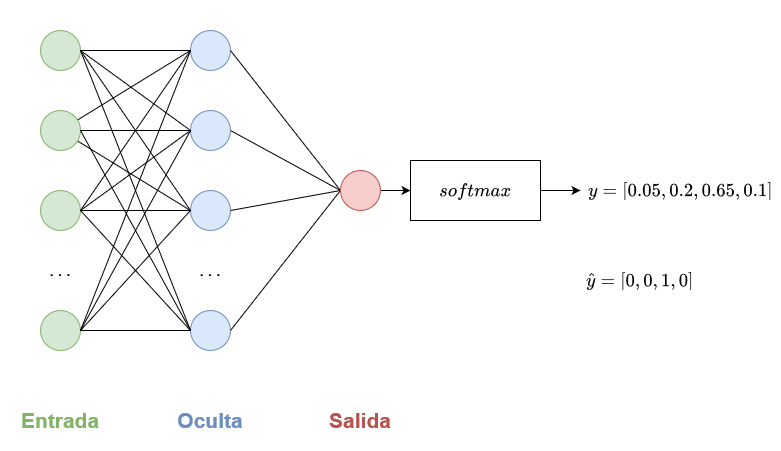
The draw.io diagram 2 - APRENDIZAJE PROFUNDO/images_2/multiclass_crossentropy.png in ferjorosa/tokio-school-dl-03-2023, before a commit. Source tidied: cells renumbered, new cells last; positions are measured from the earlier drawing's top-left corner, leaving out a move shared by most shapes. Its diagram source:
```xml
<mxGraphModel math="1">
  <root>
    <mxCell id="0" />
    <mxCell id="1" parent="0" />
    <mxCell id="2" style="ellipse;whiteSpace=wrap;html=1;fontSize=17;fillColor=#dae8fc;strokeColor=#6c8ebf;" parent="1" vertex="1">
      <mxGeometry x="190" y="30" width="40" height="40" as="geometry" />
    </mxCell>
    <mxCell id="3" style="ellipse;whiteSpace=wrap;html=1;fontSize=17;fillColor=#dae8fc;strokeColor=#6c8ebf;" parent="1" vertex="1">
      <mxGeometry x="190" y="110" width="40" height="40" as="geometry" />
    </mxCell>
    <mxCell id="4" style="ellipse;whiteSpace=wrap;html=1;fontSize=17;fillColor=#dae8fc;strokeColor=#6c8ebf;" parent="1" vertex="1">
      <mxGeometry x="190" y="190" width="40" height="40" as="geometry" />
    </mxCell>
    <mxCell id="5" style="ellipse;whiteSpace=wrap;html=1;fontSize=17;fillColor=#dae8fc;strokeColor=#6c8ebf;" parent="1" vertex="1">
      <mxGeometry x="190" y="310" width="40" height="40" as="geometry" />
    </mxCell>
    <mxCell id="6" value="$$ \dots $$" style="rounded=0;whiteSpace=wrap;html=1;fillColor=none;strokeColor=none;fontSize=16;" parent="1" vertex="1">
      <mxGeometry x="150" y="250" width="120" height="40" as="geometry" />
    </mxCell>
    <mxCell id="7" style="edgeStyle=orthogonalEdgeStyle;rounded=0;jettySize=auto;html=1;entryX=0;entryY=0.5;entryDx=0;entryDy=0;" parent="1" edge="1" target="9">
      <mxGeometry relative="1" as="geometry">
        <mxPoint x="430" y="190" as="sourcePoint" />
      </mxGeometry>
    </mxCell>
    <mxCell id="8" style="edgeStyle=orthogonalEdgeStyle;rounded=0;jettySize=auto;html=1;entryX=0;entryY=0.5;entryDx=0;entryDy=0;" parent="1" edge="1" source="9" target="14">
      <mxGeometry relative="1" as="geometry" />
    </mxCell>
    <mxCell id="9" value="$$ softmax $$" style="rounded=0;whiteSpace=wrap;html=1;fontSize=16;" parent="1" vertex="1">
      <mxGeometry x="410" y="160" width="130" height="60" as="geometry" />
    </mxCell>
    <mxCell id="10" style="endArrow=none;html=1;rounded=0;exitX=1;exitY=0.5;exitDx=0;exitDy=0;entryX=0;entryY=0.5;entryDx=0;entryDy=0;endFill=0;" parent="1" edge="1" source="3" target="21">
      <mxGeometry relative="1" as="geometry" />
    </mxCell>
    <mxCell id="11" style="endArrow=none;html=1;rounded=0;exitX=1;exitY=0.5;exitDx=0;exitDy=0;entryX=0;entryY=0.5;entryDx=0;entryDy=0;endFill=0;" parent="1" edge="1" source="2" target="21">
      <mxGeometry relative="1" as="geometry" />
    </mxCell>
    <mxCell id="12" style="endArrow=none;html=1;rounded=0;exitX=1;exitY=0.5;exitDx=0;exitDy=0;entryX=0;entryY=0.5;entryDx=0;entryDy=0;endFill=0;" parent="1" edge="1" source="4" target="21">
      <mxGeometry relative="1" as="geometry" />
    </mxCell>
    <mxCell id="13" style="endArrow=none;html=1;rounded=0;exitX=1;exitY=0.5;exitDx=0;exitDy=0;entryX=0;entryY=0.5;entryDx=0;entryDy=0;endFill=0;" parent="1" edge="1" source="5" target="21">
      <mxGeometry relative="1" as="geometry" />
    </mxCell>
    <mxCell id="14" value="$$ y = [0.05, 0.2, 0.65, 0.1] $$" style="rounded=0;whiteSpace=wrap;html=1;fillColor=none;strokeColor=none;fontSize=16;" parent="1" vertex="1">
      <mxGeometry x="580" y="160" width="200" height="60" as="geometry" />
    </mxCell>
    <mxCell id="15" style="ellipse;whiteSpace=wrap;html=1;fontSize=17;fillColor=#d5e8d4;strokeColor=#82b366;" parent="1" vertex="1">
      <mxGeometry x="40" y="30" width="40" height="40" as="geometry" />
    </mxCell>
    <mxCell id="16" style="ellipse;whiteSpace=wrap;html=1;fontSize=17;fillColor=#d5e8d4;strokeColor=#82b366;" parent="1" vertex="1">
      <mxGeometry x="40" y="110" width="40" height="40" as="geometry" />
    </mxCell>
    <mxCell id="17" style="ellipse;whiteSpace=wrap;html=1;fontSize=17;fillColor=#d5e8d4;strokeColor=#82b366;" parent="1" vertex="1">
      <mxGeometry x="40" y="190" width="40" height="40" as="geometry" />
    </mxCell>
    <mxCell id="18" style="ellipse;whiteSpace=wrap;html=1;fontSize=17;fillColor=#d5e8d4;strokeColor=#82b366;" parent="1" vertex="1">
      <mxGeometry x="40" y="310" width="40" height="40" as="geometry" />
    </mxCell>
    <mxCell id="19" style="endArrow=none;html=1;rounded=0;entryX=0;entryY=0.5;entryDx=0;entryDy=0;exitX=1;exitY=0.5;exitDx=0;exitDy=0;endFill=0;" parent="1" edge="1" source="15" target="3">
      <mxGeometry relative="1" as="geometry" />
    </mxCell>
    <mxCell id="20" style="edgeStyle=orthogonalEdgeStyle;rounded=0;jettySize=auto;html=1;entryX=0;entryY=0.5;entryDx=0;entryDy=0;" parent="1" edge="1" source="21" target="9">
      <mxGeometry relative="1" as="geometry" />
    </mxCell>
    <mxCell id="21" style="ellipse;whiteSpace=wrap;html=1;fontSize=17;fillColor=#f8cecc;strokeColor=#b85450;" parent="1" vertex="1">
      <mxGeometry x="340" y="170" width="40" height="40" as="geometry" />
    </mxCell>
    <mxCell id="22" style="endArrow=none;html=1;rounded=0;endFill=0;" parent="1" edge="1" source="15" target="2">
      <mxGeometry relative="1" as="geometry" />
    </mxCell>
    <mxCell id="23" style="endArrow=none;html=1;rounded=0;entryX=0;entryY=0.5;entryDx=0;entryDy=0;exitX=1;exitY=0.5;exitDx=0;exitDy=0;endFill=0;" parent="1" edge="1" source="15" target="4">
      <mxGeometry relative="1" as="geometry" />
    </mxCell>
    <mxCell id="24" style="endArrow=none;html=1;rounded=0;exitX=1;exitY=0.5;exitDx=0;exitDy=0;endFill=0;entryX=0;entryY=0.5;entryDx=0;entryDy=0;" parent="1" edge="1" source="15" target="5">
      <mxGeometry relative="1" as="geometry" />
    </mxCell>
    <mxCell id="25" style="endArrow=none;html=1;rounded=0;endFill=0;entryX=0;entryY=0.5;entryDx=0;entryDy=0;" parent="1" edge="1" source="16" target="5">
      <mxGeometry relative="1" as="geometry" />
    </mxCell>
    <mxCell id="26" style="endArrow=none;html=1;rounded=0;endFill=0;entryX=0;entryY=0.5;entryDx=0;entryDy=0;" parent="1" edge="1" source="16" target="4">
      <mxGeometry relative="1" as="geometry" />
    </mxCell>
    <mxCell id="27" style="endArrow=none;html=1;rounded=0;endFill=0;entryX=0;entryY=0.5;entryDx=0;entryDy=0;" parent="1" edge="1" source="16" target="3">
      <mxGeometry relative="1" as="geometry" />
    </mxCell>
    <mxCell id="28" style="endArrow=none;html=1;rounded=0;endFill=0;entryX=0;entryY=0.5;entryDx=0;entryDy=0;" parent="1" edge="1" source="16" target="2">
      <mxGeometry relative="1" as="geometry" />
    </mxCell>
    <mxCell id="29" style="endArrow=none;html=1;rounded=0;endFill=0;entryX=0;entryY=0.5;entryDx=0;entryDy=0;exitX=1;exitY=0.5;exitDx=0;exitDy=0;" parent="1" edge="1" source="17" target="5">
      <mxGeometry relative="1" as="geometry" />
    </mxCell>
    <mxCell id="30" style="endArrow=none;html=1;rounded=0;endFill=0;entryX=0;entryY=0.5;entryDx=0;entryDy=0;exitX=1;exitY=0.5;exitDx=0;exitDy=0;" parent="1" edge="1" source="17" target="4">
      <mxGeometry relative="1" as="geometry" />
    </mxCell>
    <mxCell id="31" style="endArrow=none;html=1;rounded=0;endFill=0;entryX=0;entryY=0.5;entryDx=0;entryDy=0;exitX=1;exitY=0.5;exitDx=0;exitDy=0;" parent="1" edge="1" source="17" target="3">
      <mxGeometry relative="1" as="geometry" />
    </mxCell>
    <mxCell id="32" style="endArrow=none;html=1;rounded=0;endFill=0;entryX=0;entryY=0.5;entryDx=0;entryDy=0;exitX=1;exitY=0.5;exitDx=0;exitDy=0;" parent="1" edge="1" source="17" target="2">
      <mxGeometry relative="1" as="geometry" />
    </mxCell>
    <mxCell id="33" style="endArrow=none;html=1;rounded=0;endFill=0;entryX=0;entryY=0.5;entryDx=0;entryDy=0;exitX=1;exitY=0.5;exitDx=0;exitDy=0;" parent="1" edge="1" source="18" target="2">
      <mxGeometry relative="1" as="geometry" />
    </mxCell>
    <mxCell id="34" style="endArrow=none;html=1;rounded=0;endFill=0;entryX=0;entryY=0.5;entryDx=0;entryDy=0;exitX=1;exitY=0.5;exitDx=0;exitDy=0;" parent="1" edge="1" source="18" target="3">
      <mxGeometry relative="1" as="geometry" />
    </mxCell>
    <mxCell id="35" style="endArrow=none;html=1;rounded=0;endFill=0;entryX=0;entryY=0.5;entryDx=0;entryDy=0;exitX=1;exitY=0.5;exitDx=0;exitDy=0;" parent="1" edge="1" source="18" target="4">
      <mxGeometry relative="1" as="geometry" />
    </mxCell>
    <mxCell id="36" style="endArrow=none;html=1;rounded=0;endFill=0;entryX=0;entryY=0.5;entryDx=0;entryDy=0;exitX=1;exitY=0.5;exitDx=0;exitDy=0;" parent="1" edge="1" source="18" target="5">
      <mxGeometry relative="1" as="geometry" />
    </mxCell>
    <mxCell id="37" value="Entrada" style="rounded=0;whiteSpace=wrap;html=1;fontStyle=1;fillColor=none;strokeColor=none;fontColor=#82B366;fontSize=21;" parent="1" vertex="1">
      <mxGeometry x="5" y="390" width="110" height="60" as="geometry" />
    </mxCell>
    <mxCell id="38" value="Oculta" style="rounded=0;whiteSpace=wrap;html=1;fontStyle=1;fillColor=none;strokeColor=none;fontColor=#6C8EBF;fontSize=21;" parent="1" vertex="1">
      <mxGeometry x="155" y="390" width="110" height="60" as="geometry" />
    </mxCell>
    <mxCell id="39" value="Salida" style="rounded=0;whiteSpace=wrap;html=1;fontStyle=1;fillColor=none;strokeColor=none;fontColor=#B85450;fontSize=21;" parent="1" vertex="1">
      <mxGeometry x="305" y="390" width="110" height="60" as="geometry" />
    </mxCell>
    <mxCell id="40" value="$$ \dots $$" style="rounded=0;whiteSpace=wrap;html=1;fillColor=none;strokeColor=none;fontSize=16;" parent="1" vertex="1">
      <mxGeometry y="250" width="120" height="40" as="geometry" />
    </mxCell>
    <mxCell id="41" value="$$ \hat{y} = [0, 0, 1, 0] $$" style="rounded=0;whiteSpace=wrap;html=1;fillColor=none;strokeColor=none;fontSize=16;" parent="1" vertex="1">
      <mxGeometry x="580" y="250" width="120" height="60" as="geometry" />
    </mxCell>
    <mxCell id="42" style="rounded=0;whiteSpace=wrap;html=1;fillColor=none;strokeColor=none;" parent="1" vertex="1">
      <mxGeometry x="20" width="760" height="10" as="geometry" />
    </mxCell>
  </root>
</mxGraphModel>
```
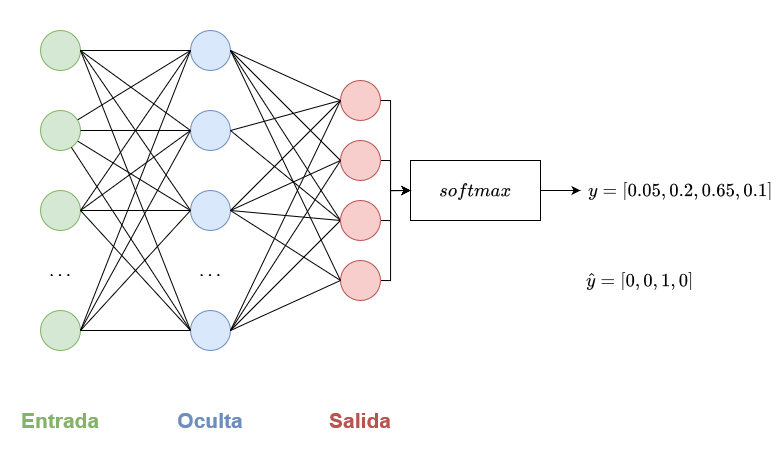
Later version of the same file.

What changed in the source:
```diff
@@ -58,11 +58,16 @@
     <mxCell id="19" style="endArrow=none;html=1;rounded=0;entryX=0;entryY=0.5;entryDx=0;entryDy=0;exitX=1;exitY=0.5;exitDx=0;exitDy=0;endFill=0;" parent="1" edge="1" source="15" target="3">
       <mxGeometry relative="1" as="geometry" />
     </mxCell>
-    <mxCell id="20" style="edgeStyle=orthogonalEdgeStyle;rounded=0;jettySize=auto;html=1;entryX=0;entryY=0.5;entryDx=0;entryDy=0;" parent="1" edge="1" source="21" target="9">
-      <mxGeometry relative="1" as="geometry" />
+    <mxCell id="20" style="edgeStyle=orthogonalEdgeStyle;rounded=0;jettySize=auto;html=1;entryX=0;entryY=0.5;entryDx=0;entryDy=0;exitX=1;exitY=0.5;exitDx=0;exitDy=0;" parent="1" edge="1" source="21" target="9">
+      <mxGeometry relative="1" as="geometry">
+        <Array as="points">
+          <mxPoint x="390" y="220" />
+          <mxPoint x="390" y="190" />
+        </Array>
+      </mxGeometry>
     </mxCell>
     <mxCell id="21" style="ellipse;whiteSpace=wrap;html=1;fontSize=17;fillColor=#f8cecc;strokeColor=#b85450;" parent="1" vertex="1">
-      <mxGeometry x="340" y="170" width="40" height="40" as="geometry" />
+      <mxGeometry x="340" y="200" width="40" height="40" as="geometry" />
     </mxCell>
     <mxCell id="22" style="endArrow=none;html=1;rounded=0;endFill=0;" parent="1" edge="1" source="15" target="2">
       <mxGeometry relative="1" as="geometry" />
@@ -127,5 +132,68 @@
     <mxCell id="42" style="rounded=0;whiteSpace=wrap;html=1;fillColor=none;strokeColor=none;" parent="1" vertex="1">
       <mxGeometry x="20" width="760" height="10" as="geometry" />
     </mxCell>
+    <mxCell id="43" style="edgeStyle=orthogonalEdgeStyle;rounded=0;jettySize=auto;html=1;entryX=0;entryY=0.5;entryDx=0;entryDy=0;exitX=1;exitY=0.5;exitDx=0;exitDy=0;" parent="1" edge="1" source="44" target="9">
+      <mxGeometry relative="1" as="geometry">
+        <Array as="points">
+          <mxPoint x="390" y="160" />
+          <mxPoint x="390" y="190" />
+        </Array>
+      </mxGeometry>
+    </mxCell>
+    <mxCell id="44" style="ellipse;whiteSpace=wrap;html=1;fontSize=17;fillColor=#f8cecc;strokeColor=#b85450;" parent="1" vertex="1">
+      <mxGeometry x="340" y="140" width="40" height="40" as="geometry" />
+    </mxCell>
+    <mxCell id="45" style="edgeStyle=orthogonalEdgeStyle;rounded=0;jettySize=auto;html=1;entryX=0;entryY=0.5;entryDx=0;entryDy=0;exitX=1;exitY=0.5;exitDx=0;exitDy=0;" parent="1" edge="1" source="46" target="9">
+      <mxGeometry relative="1" as="geometry">
+        <Array as="points">
+          <mxPoint x="390" y="280" />
+          <mxPoint x="390" y="190" />
+        </Array>
+      </mxGeometry>
+    </mxCell>
+    <mxCell id="46" style="ellipse;whiteSpace=wrap;html=1;fontSize=17;fillColor=#f8cecc;strokeColor=#b85450;" parent="1" vertex="1">
+      <mxGeometry x="340" y="260" width="40" height="40" as="geometry" />
+    </mxCell>
+    <mxCell id="47" style="endArrow=none;html=1;rounded=0;exitX=1;exitY=0.5;exitDx=0;exitDy=0;entryX=0;entryY=0.5;entryDx=0;entryDy=0;endFill=0;" parent="1" edge="1" source="2" target="44">
+      <mxGeometry relative="1" as="geometry" />
+    </mxCell>
+    <mxCell id="48" style="endArrow=none;html=1;rounded=0;exitX=1;exitY=0.5;exitDx=0;exitDy=0;entryX=0;entryY=0.5;entryDx=0;entryDy=0;endFill=0;" parent="1" edge="1" source="2" target="46">
+      <mxGeometry relative="1" as="geometry" />
+    </mxCell>
+    <mxCell id="49" style="endArrow=none;html=1;rounded=0;exitX=1;exitY=0.5;exitDx=0;exitDy=0;entryX=0;entryY=0.5;entryDx=0;entryDy=0;endFill=0;" parent="1" edge="1" source="5" target="46">
+      <mxGeometry relative="1" as="geometry" />
+    </mxCell>
+    <mxCell id="50" style="endArrow=none;html=1;rounded=0;exitX=1;exitY=0.5;exitDx=0;exitDy=0;endFill=0;entryX=0;entryY=0.5;entryDx=0;entryDy=0;" parent="1" edge="1" source="5" target="44">
+      <mxGeometry relative="1" as="geometry" />
+    </mxCell>
+    <mxCell id="51" style="endArrow=none;html=1;rounded=0;exitX=1;exitY=0.5;exitDx=0;exitDy=0;entryX=0;entryY=0.5;entryDx=0;entryDy=0;endFill=0;" parent="1" edge="1" source="4" target="46">
+      <mxGeometry relative="1" as="geometry" />
+    </mxCell>
+    <mxCell id="52" style="endArrow=none;html=1;rounded=0;exitX=1;exitY=0.5;exitDx=0;exitDy=0;entryX=0;entryY=0.5;entryDx=0;entryDy=0;endFill=0;" parent="1" edge="1" source="4" target="44">
+      <mxGeometry relative="1" as="geometry" />
+    </mxCell>
+    <mxCell id="53" style="ellipse;whiteSpace=wrap;html=1;fontSize=17;fillColor=#f8cecc;strokeColor=#b85450;" parent="1" vertex="1">
+      <mxGeometry x="340" y="80" width="40" height="40" as="geometry" />
+    </mxCell>
+    <mxCell id="54" style="edgeStyle=orthogonalEdgeStyle;rounded=0;jettySize=auto;html=1;entryX=0;entryY=0.5;entryDx=0;entryDy=0;exitX=1;exitY=0.5;exitDx=0;exitDy=0;" parent="1" edge="1" source="53" target="9">
+      <mxGeometry relative="1" as="geometry">
+        <Array as="points">
+          <mxPoint x="390" y="100" />
+          <mxPoint x="390" y="190" />
+        </Array>
+      </mxGeometry>
+    </mxCell>
+    <mxCell id="55" style="endArrow=none;html=1;rounded=0;exitX=1;exitY=0.5;exitDx=0;exitDy=0;entryX=0;entryY=0.5;entryDx=0;entryDy=0;endFill=0;" parent="1" edge="1" source="2" target="53">
+      <mxGeometry relative="1" as="geometry" />
+    </mxCell>
+    <mxCell id="56" style="endArrow=none;html=1;rounded=0;exitX=1;exitY=0.5;exitDx=0;exitDy=0;entryX=0;entryY=0.5;entryDx=0;entryDy=0;endFill=0;" parent="1" edge="1" source="3" target="53">
+      <mxGeometry relative="1" as="geometry" />
+    </mxCell>
+    <mxCell id="57" style="endArrow=none;html=1;rounded=0;exitX=1;exitY=0.5;exitDx=0;exitDy=0;entryX=0;entryY=0.5;entryDx=0;entryDy=0;endFill=0;" parent="1" edge="1" source="4" target="53">
+      <mxGeometry relative="1" as="geometry" />
+    </mxCell>
+    <mxCell id="58" style="endArrow=none;html=1;rounded=0;exitX=1;exitY=0.5;exitDx=0;exitDy=0;entryX=0;entryY=0.5;entryDx=0;entryDy=0;endFill=0;" parent="1" edge="1" source="5" target="53">
+      <mxGeometry relative="1" as="geometry" />
+    </mxCell>
   </root>
 </mxGraphModel>
```
